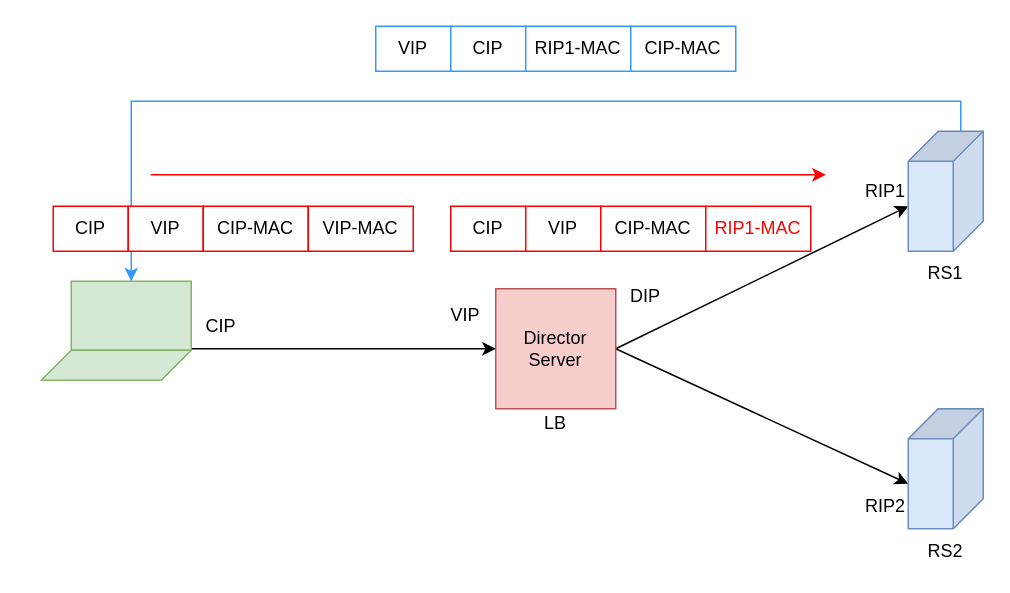
Earlier version of the draw.io diagram lvs-dr.drawio (ctimbai/draw.io). Source tidied: cells renumbered, new cells numbered last; positions are measured from the earlier drawing's top-left corner, leaving out a move shared by most shapes. Both pictures are drawn from the tidied source at 150%, with x=0, y=0 at pixel (40, 26).
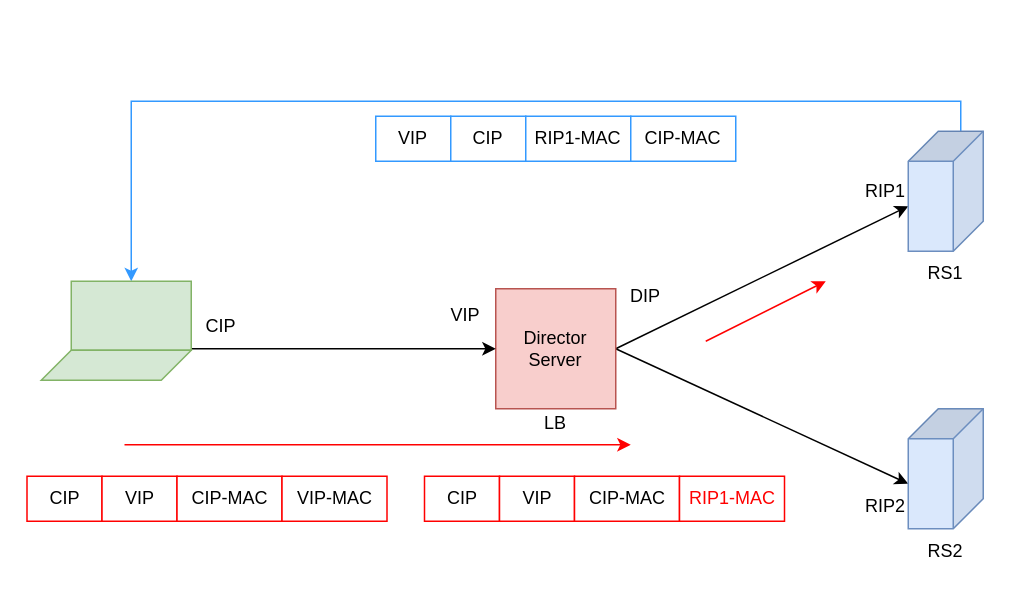
After the change.

What changed in the source:
```diff
@@
     <mxCell id="19" value="CIP" style="rounded=0;whiteSpace=wrap;html=1;strokeColor=#FF0000;" parent="1" vertex="1">
-      <mxGeometry x="8" y="120" width="50" height="30" as="geometry" />
+      <mxGeometry x="-9.5" y="300" width="50" height="30" as="geometry" />
     </mxCell>
     <mxCell id="20" value="VIP" style="rounded=0;whiteSpace=wrap;html=1;strokeColor=#FF0000;" parent="1" vertex="1">
-      <mxGeometry x="58" y="120" width="50" height="30" as="geometry" />
+      <mxGeometry x="40.5" y="300" width="50" height="30" as="geometry" />
     </mxCell>
     <mxCell id="21" style="endArrow=classic;html=1;strokeColor=#FF0000;" parent="1" edge="1">
       <mxGeometry relative="1" as="geometry">
-        <mxPoint x="73" y="99" as="sourcePoint" />
-        <mxPoint x="523" y="99" as="targetPoint" />
+        <mxPoint x="55.5" y="279" as="sourcePoint" />
+        <mxPoint x="393" y="279" as="targetPoint" />
       </mxGeometry>
     </mxCell>
     <mxCell id="22" value="CIP-MAC" style="rounded=0;whiteSpace=wrap;html=1;strokeColor=#FF0000;" parent="1" vertex="1">
-      <mxGeometry x="108" y="120" width="70" height="30" as="geometry" />
+      <mxGeometry x="90.5" y="300" width="70" height="30" as="geometry" />
     </mxCell>
     <mxCell id="23" value="VIP-MAC" style="rounded=0;whiteSpace=wrap;html=1;strokeColor=#FF0000;" parent="1" vertex="1">
-      <mxGeometry x="178" y="120" width="70" height="30" as="geometry" />
+      <mxGeometry x="160.5" y="300" width="70" height="30" as="geometry" />
     </mxCell>
     <mxCell id="24" value="CIP" style="rounded=0;whiteSpace=wrap;html=1;strokeColor=#FF0000;" parent="1" vertex="1">
-      <mxGeometry x="273" y="120" width="50" height="30" as="geometry" />
+      <mxGeometry x="255.5" y="300" width="50" height="30" as="geometry" />
     </mxCell>
     <mxCell id="25" value="VIP" style="rounded=0;whiteSpace=wrap;html=1;strokeColor=#FF0000;" parent="1" vertex="1">
-      <mxGeometry x="323" y="120" width="50" height="30" as="geometry" />
+      <mxGeometry x="305.5" y="300" width="50" height="30" as="geometry" />
     </mxCell>
     <mxCell id="26" value="CIP-MAC" style="rounded=0;whiteSpace=wrap;html=1;strokeColor=#FF0000;" parent="1" vertex="1">
-      <mxGeometry x="373" y="120" width="70" height="30" as="geometry" />
+      <mxGeometry x="355.5" y="300" width="70" height="30" as="geometry" />
     </mxCell>
     <mxCell id="27" value="&lt;font color=&quot;#ff0000&quot;&gt;RIP1-MAC&lt;/font&gt;" style="rounded=0;whiteSpace=wrap;html=1;strokeColor=#FF0000;" parent="1" vertex="1">
-      <mxGeometry x="443" y="120" width="70" height="30" as="geometry" />
+      <mxGeometry x="425.5" y="300" width="70" height="30" as="geometry" />
     </mxCell>
     <mxCell id="28" value="VIP" style="rounded=0;whiteSpace=wrap;html=1;strokeColor=#3399FF;" parent="1" vertex="1">
-      <mxGeometry x="223" width="50" height="30" as="geometry" />
+      <mxGeometry x="223" y="60" width="50" height="30" as="geometry" />
     </mxCell>
     <mxCell id="29" value="CIP" style="rounded=0;whiteSpace=wrap;html=1;strokeColor=#3399FF;" parent="1" vertex="1">
-      <mxGeometry x="273" width="50" height="30" as="geometry" />
+      <mxGeometry x="273" y="60" width="50" height="30" as="geometry" />
     </mxCell>
     <mxCell id="30" value="RIP1-MAC" style="rounded=0;whiteSpace=wrap;html=1;strokeColor=#3399FF;" parent="1" vertex="1">
-      <mxGeometry x="323" width="70" height="30" as="geometry" />
+      <mxGeometry x="323" y="60" width="70" height="30" as="geometry" />
     </mxCell>
     <mxCell id="31" value="CIP-MAC" style="rounded=0;whiteSpace=wrap;html=1;strokeColor=#3399FF;" parent="1" vertex="1">
-      <mxGeometry x="393" width="70" height="30" as="geometry" />
+      <mxGeometry x="393" y="60" width="70" height="30" as="geometry" />
     </mxCell>
+    <mxCell id="32" style="endArrow=classic;html=1;strokeColor=#FF0000;" parent="1" edge="1">
+      <mxGeometry relative="1" as="geometry">
+        <mxPoint x="443" y="210" as="sourcePoint" />
+        <mxPoint x="523" y="170" as="targetPoint" />
+      </mxGeometry>
+    </mxCell>
```
